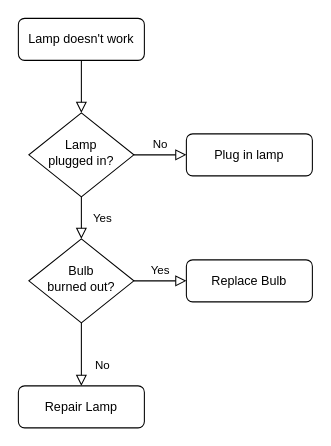
The draw.io diagram alx-flowchart.drawio in fasil712/UML_Diagram_Design, before the edit. Source tidied: cells renumbered, new cells numbered last; positions are measured from the earlier drawing's top-left corner, leaving out a move shared by most shapes. Both pictures are drawn from the tidied source at 105%, with x=0, y=0 at pixel (18, 18).
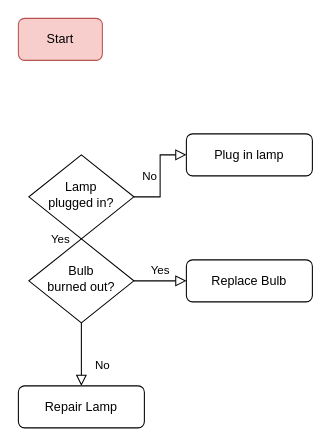
Above is the later version.

Change to the diagram source:
```diff
@@
 <mxGraphModel>
   <root>
     <mxCell id="0" />
     <mxCell id="1" parent="0" />
-    <mxCell id="2" style="rounded=0;html=1;jettySize=auto;fontSize=11;endArrow=block;endFill=0;endSize=8;strokeWidth=1;shadow=0;labelBackgroundColor=none;edgeStyle=orthogonalEdgeStyle;" parent="1" edge="1" source="3" target="6">
-      <mxGeometry relative="1" as="geometry" />
-    </mxCell>
-    <mxCell id="3" value="Lamp doesn't work" style="rounded=1;whiteSpace=wrap;html=1;fontSize=12;glass=0;strokeWidth=1;shadow=0;" parent="1" vertex="1">
-      <mxGeometry width="120" height="40" as="geometry" />
+    <mxCell id="3" value="Start" style="rounded=1;whiteSpace=wrap;html=1;fontSize=12;glass=0;strokeWidth=1;shadow=0;fillColor=#f8cecc;strokeColor=#b85450;" parent="1" vertex="1">
+      <mxGeometry width="80" height="40" as="geometry" />
     </mxCell>
     <mxCell id="4" value="Yes" style="rounded=0;html=1;jettySize=auto;fontSize=11;endArrow=block;endFill=0;endSize=8;strokeWidth=1;shadow=0;labelBackgroundColor=none;edgeStyle=orthogonalEdgeStyle;" parent="1" edge="1" source="6" target="10">
       <mxGeometry y="20" relative="1" as="geometry" />
     </mxCell>
     <mxCell id="5" value="No" style="edgeStyle=orthogonalEdgeStyle;rounded=0;html=1;jettySize=auto;fontSize=11;endArrow=block;endFill=0;endSize=8;strokeWidth=1;shadow=0;labelBackgroundColor=none;" parent="1" edge="1" source="6" target="7">
       <mxGeometry y="10" relative="1" as="geometry" />
     </mxCell>
     <mxCell id="6" value="Lamp&lt;br&gt;plugged in?" style="rhombus;whiteSpace=wrap;html=1;shadow=0;fontFamily=Helvetica;fontSize=12;align=center;strokeWidth=1;spacing=6;spacingTop=-4;" parent="1" vertex="1">
-      <mxGeometry x="10" y="90" width="100" height="80" as="geometry" />
+      <mxGeometry x="10" y="130" width="100" height="80" as="geometry" />
     </mxCell>
     <mxCell id="7" value="Plug in lamp" style="rounded=1;whiteSpace=wrap;html=1;fontSize=12;glass=0;strokeWidth=1;shadow=0;" parent="1" vertex="1">
       <mxGeometry x="160" y="110" width="120" height="40" as="geometry" />
     </mxCell>
     <mxCell id="8" value="No" style="rounded=0;html=1;jettySize=auto;fontSize=11;endArrow=block;endFill=0;endSize=8;strokeWidth=1;shadow=0;labelBackgroundColor=none;edgeStyle=orthogonalEdgeStyle;" parent="1" edge="1" source="10" target="11">
       <mxGeometry x="0.33" y="20" relative="1" as="geometry" />
     </mxCell>
     <mxCell id="9" value="Yes" style="edgeStyle=orthogonalEdgeStyle;rounded=0;html=1;jettySize=auto;fontSize=11;endArrow=block;endFill=0;endSize=8;strokeWidth=1;shadow=0;labelBackgroundColor=none;" parent="1" edge="1" source="10" target="12">
       <mxGeometry y="10" relative="1" as="geometry" />
     </mxCell>
     <mxCell id="10" value="Bulb&lt;br&gt;burned out?" style="rhombus;whiteSpace=wrap;html=1;shadow=0;fontFamily=Helvetica;fontSize=12;align=center;strokeWidth=1;spacing=6;spacingTop=-4;" parent="1" vertex="1">
       <mxGeometry x="10" y="210" width="100" height="80" as="geometry" />
     </mxCell>
     <mxCell id="11" value="Repair Lamp" style="rounded=1;whiteSpace=wrap;html=1;fontSize=12;glass=0;strokeWidth=1;shadow=0;" parent="1" vertex="1">
       <mxGeometry y="350" width="120" height="40" as="geometry" />
     </mxCell>
     <mxCell id="12" value="Replace Bulb" style="rounded=1;whiteSpace=wrap;html=1;fontSize=12;glass=0;strokeWidth=1;shadow=0;" parent="1" vertex="1">
       <mxGeometry x="160" y="230" width="120" height="40" as="geometry" />
     </mxCell>
   </root>
 </mxGraphModel>
```
